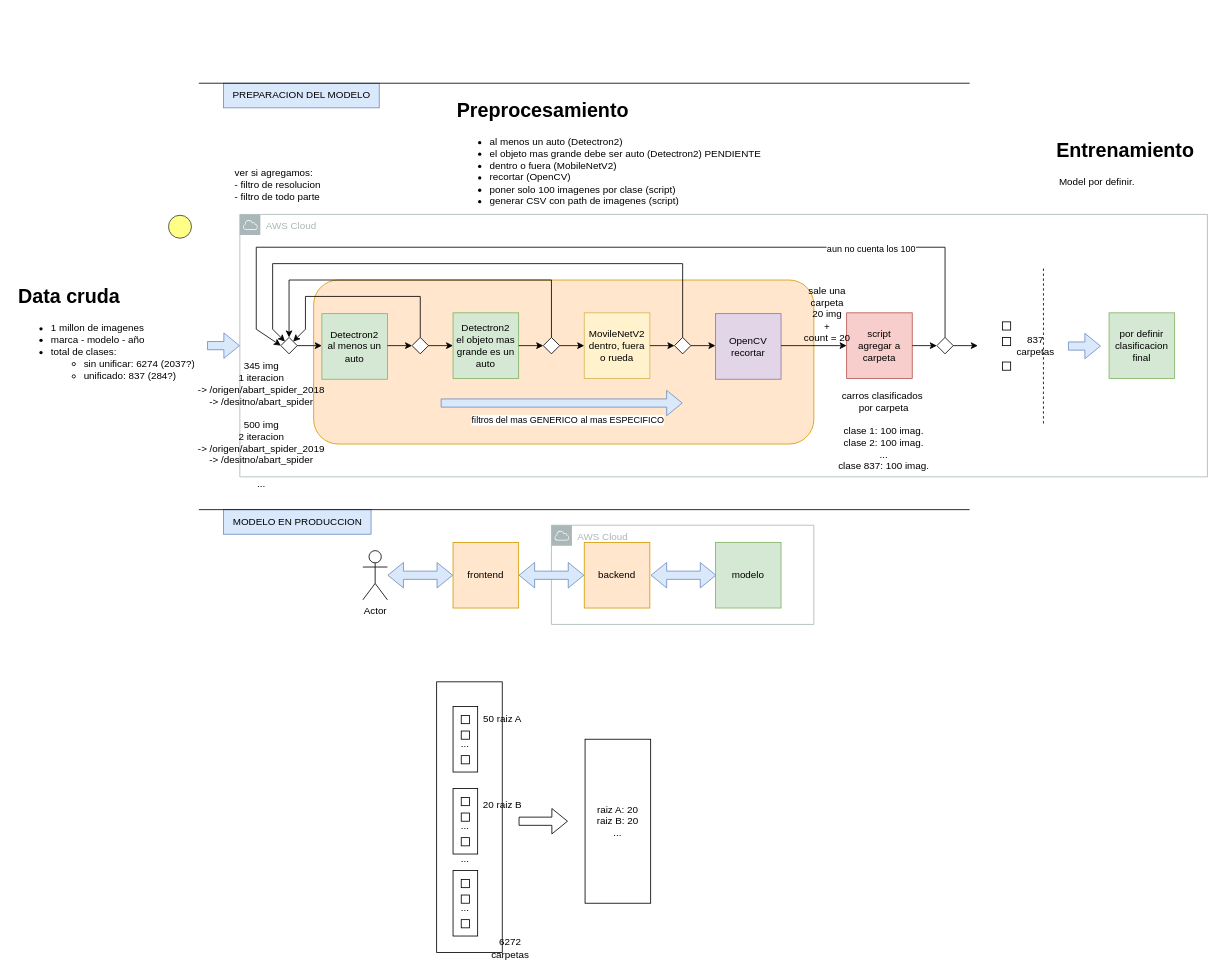
josueelias9/AI-resnet_retraining keeps this draw.io diagram as documentation/Diagrama sin título.drawio. Above is the earlier version. Source tidied: cells renumbered, new cells numbered last; positions are measured from the earlier drawing's top-left corner, leaving out a move shared by most shapes. Both pictures are drawn from the tidied source at 82%, with x=0, y=0 at pixel (14, 83).
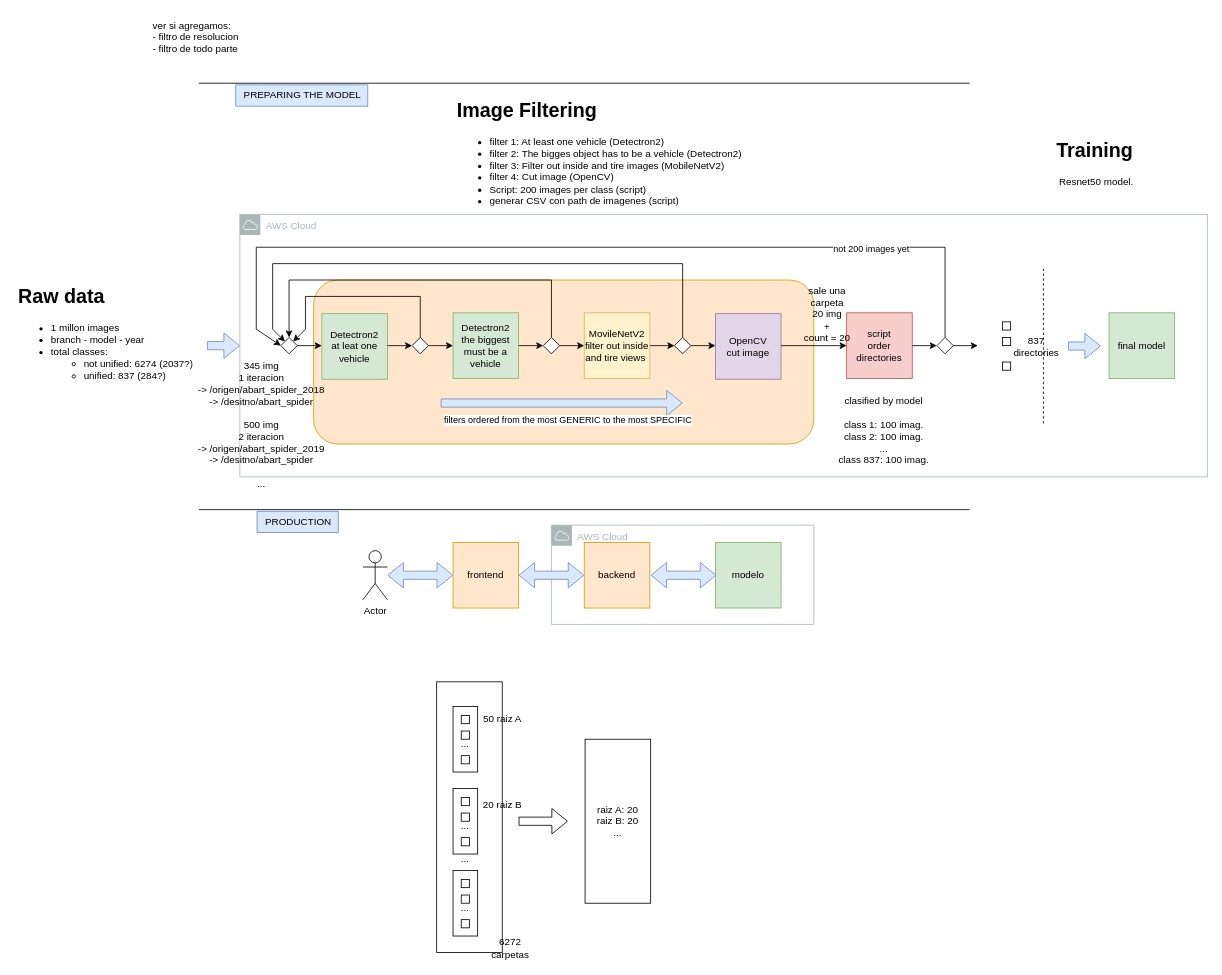
After the change.

The change refers to these unchanged cells:
```xml
<mxCell id="16" style="shape=flexArrow;endArrow=classic;html=1;rounded=0;fillColor=#dae8fc;strokeColor=#6c8ebf;" parent="1" edge="1">
  <mxGeometry relative="1" as="geometry">
    <mxPoint x="520" y="390" as="sourcePoint" />
    <mxPoint x="815" y="390" as="targetPoint" />
  </mxGeometry>
</mxCell>
<mxCell id="47" style="endArrow=classic;html=1;rounded=0;entryX=0;entryY=0.5;entryDx=0;entryDy=0;exitX=0.5;exitY=0;exitDx=0;exitDy=0;" parent="1" edge="1" source="45" target="36">
  <mxGeometry relative="1" as="geometry">
    <Array as="points">
      <mxPoint x="1135" y="200" />
      <mxPoint x="295" y="200" />
      <mxPoint x="295" y="300" />
    </Array>
  </mxGeometry>
</mxCell>
```

What changed in the source:
```diff
@@
-    <mxCell id="7" value="Detectron2&lt;br&gt;al menos un auto" style="whiteSpace=wrap;html=1;fillColor=#d5e8d4;strokeColor=#82b366;" parent="1" vertex="1">
+    <mxCell id="7" value="Detectron2&lt;br&gt;at leat one vehicle" style="whiteSpace=wrap;html=1;fillColor=#d5e8d4;strokeColor=#82b366;" parent="1" vertex="1">
       <mxGeometry x="375" y="281" width="80" height="80" as="geometry" />
     </mxCell>
@@
-    <mxCell id="9" value="MovileNetV2&lt;br&gt;dentro, fuera o rueda" style="whiteSpace=wrap;html=1;fillColor=#fff2cc;strokeColor=#d6b656;" parent="1" vertex="1">
+    <mxCell id="9" value="MovileNetV2&lt;br&gt;filter out inside and tire views&amp;nbsp;" style="whiteSpace=wrap;html=1;fillColor=#fff2cc;strokeColor=#d6b656;" parent="1" vertex="1">
       <mxGeometry x="695" y="280" width="80" height="80" as="geometry" />
     </mxCell>
@@
-    <mxCell id="11" value="carros clasificados&amp;nbsp;&lt;br&gt;por carpeta&lt;br&gt;&lt;br&gt;clase 1: 100 imag.&lt;br&gt;clase 2: 100&amp;nbsp;imag.&lt;br&gt;...&lt;br&gt;clase 837: 100&amp;nbsp;imag." style="text;html=1;align=center;verticalAlign=middle;strokeColor=none;fillColor=none;" parent="1" vertex="1">
-      <mxGeometry x="995" y="367" width="129" height="113" as="geometry" />
+    <mxCell id="11" value="clasified by model&lt;br&gt;&lt;br&gt;class 1: 100 imag.&lt;br&gt;class 2: 100&amp;nbsp;imag.&lt;br&gt;...&lt;br&gt;class 837: 100&amp;nbsp;imag." style="text;html=1;align=center;verticalAlign=middle;strokeColor=none;fillColor=none;" parent="1" vertex="1">
+      <mxGeometry x="996" y="375" width="128" height="98" as="geometry" />
     </mxCell>
-    <mxCell id="12" value="OpenCV&lt;br&gt;recortar" style="whiteSpace=wrap;html=1;fillColor=#e1d5e7;strokeColor=#9673a6;" parent="1" vertex="1">
+    <mxCell id="12" value="OpenCV&lt;br&gt;cut image" style="whiteSpace=wrap;html=1;fillColor=#e1d5e7;strokeColor=#9673a6;" parent="1" vertex="1">
       <mxGeometry x="855" y="281" width="80" height="80" as="geometry" />
     </mxCell>
-    <mxCell id="13" value="por definir&lt;br&gt;clasificacion final" style="whiteSpace=wrap;html=1;fillColor=#d5e8d4;strokeColor=#82b366;" parent="1" vertex="1">
+    <mxCell id="13" value="final model" style="whiteSpace=wrap;html=1;fillColor=#d5e8d4;strokeColor=#82b366;" parent="1" vertex="1">
       <mxGeometry x="1335" y="280" width="80" height="80" as="geometry" />
     </mxCell>
-    <mxCell id="14" value="script&lt;br&gt;agregar a carpeta" style="whiteSpace=wrap;html=1;fillColor=#f8cecc;strokeColor=#b85450;" parent="1" vertex="1">
+    <mxCell id="14" value="script&lt;br&gt;order directories" style="whiteSpace=wrap;html=1;fillColor=#f8cecc;strokeColor=#b85450;" parent="1" vertex="1">
       <mxGeometry x="1015" y="280" width="80" height="80" as="geometry" />
     </mxCell>
@@
-    <mxCell id="17" value="filtros del mas GENERICO al mas ESPECIFICO" style="edgeLabel;html=1;align=center;verticalAlign=middle;" parent="16" vertex="1">
+    <mxCell id="17" value="filters ordered from the most GENERIC to the most SPECIFIC" style="edgeLabel;html=1;align=center;verticalAlign=middle;" parent="16" vertex="1">
       <mxGeometry x="-0.7" y="1" relative="1" as="geometry">
         <mxPoint x="110" y="21" as="offset" />
       </mxGeometry>
     </mxCell>
@@
-    <mxCell id="21" value="837&lt;br&gt;carpetas" style="text;html=1;align=center;verticalAlign=middle;strokeColor=none;fillColor=none;" parent="1" vertex="1">
-      <mxGeometry x="1210" y="300" width="70" height="40" as="geometry" />
+    <mxCell id="21" value="837&lt;br&gt;directories" style="text;html=1;align=center;verticalAlign=middle;strokeColor=none;fillColor=none;" parent="1" vertex="1">
+      <mxGeometry x="1209" y="300" width="73" height="41" as="geometry" />
     </mxCell>
@@
-    <mxCell id="29" value="PREPARACION DEL MODELO" style="text;html=1;align=center;verticalAlign=middle;strokeColor=#6c8ebf;fillColor=#dae8fc;" parent="1" vertex="1">
-      <mxGeometry x="255" width="190" height="30" as="geometry" />
+    <mxCell id="29" value="PREPARING THE MODEL" style="text;html=1;align=center;verticalAlign=middle;strokeColor=#6c8ebf;fillColor=#dae8fc;" parent="1" vertex="1">
+      <mxGeometry x="270" y="2" width="161" height="26" as="geometry" />
     </mxCell>
-    <mxCell id="30" value="MODELO EN PRODUCCION" style="text;html=1;align=center;verticalAlign=middle;strokeColor=#6c8ebf;fillColor=#dae8fc;" parent="1" vertex="1">
-      <mxGeometry x="255" y="520" width="180" height="30" as="geometry" />
+    <mxCell id="30" value="PRODUCTION" style="text;html=1;align=center;verticalAlign=middle;strokeColor=#6c8ebf;fillColor=#dae8fc;" parent="1" vertex="1">
+      <mxGeometry x="296" y="522" width="99" height="26" as="geometry" />
     </mxCell>
@@
-    <mxCell id="44" value="&lt;h1&gt;Data cruda&lt;/h1&gt;&lt;ul&gt;&lt;li&gt;&lt;span style=&quot;&quot;&gt;1 millon de imagenes&lt;/span&gt;&lt;/li&gt;&lt;li&gt;&lt;span style=&quot;&quot;&gt;marca - modelo - año&lt;/span&gt;&lt;/li&gt;&lt;li&gt;&lt;span style=&quot;&quot;&gt;total de clases:&lt;/span&gt;&lt;/li&gt;&lt;ul&gt;&lt;li&gt;&lt;span style=&quot;&quot;&gt;sin unificar: 6274 (2037?)&lt;/span&gt;&lt;/li&gt;&lt;li&gt;&lt;span style=&quot;&quot;&gt;unificado: 837 (284?)&lt;/span&gt;&lt;/li&gt;&lt;/ul&gt;&lt;/ul&gt;&lt;p&gt;&lt;/p&gt;" style="text;html=1;strokeColor=none;fillColor=none;spacing=5;spacingTop=-20;whiteSpace=wrap;overflow=hidden;rounded=0;" parent="1" vertex="1">
+    <mxCell id="44" value="&lt;h1&gt;Raw data&lt;/h1&gt;&lt;ul&gt;&lt;li&gt;&lt;span style=&quot;&quot;&gt;1 millon images&lt;/span&gt;&lt;/li&gt;&lt;li&gt;&lt;span style=&quot;&quot;&gt;branch - model - year&lt;/span&gt;&lt;/li&gt;&lt;li&gt;&lt;span style=&quot;&quot;&gt;total classes:&lt;/span&gt;&lt;/li&gt;&lt;ul&gt;&lt;li&gt;&lt;span style=&quot;&quot;&gt;not unified: 6274 (2037?)&lt;/span&gt;&lt;/li&gt;&lt;li&gt;&lt;span style=&quot;&quot;&gt;unified: 837 (284?)&lt;/span&gt;&lt;/li&gt;&lt;/ul&gt;&lt;/ul&gt;&lt;p&gt;&lt;/p&gt;" style="text;html=1;strokeColor=none;fillColor=none;spacing=5;spacingTop=-20;whiteSpace=wrap;overflow=hidden;rounded=0;" parent="1" vertex="1">
       <mxGeometry y="241" width="229" height="144" as="geometry" />
     </mxCell>
@@
-    <mxCell id="48" value="aun no cuenta los 100" style="edgeLabel;html=1;align=center;verticalAlign=middle;" parent="47" vertex="1">
+    <mxCell id="48" value="not 200 images yet" style="edgeLabel;html=1;align=center;verticalAlign=middle;" parent="47" vertex="1">
       <mxGeometry x="-0.63" y="1" relative="1" as="geometry" />
     </mxCell>
@@
-    <mxCell id="50" value="&lt;h1&gt;Preprocesamiento&lt;/h1&gt;&lt;p&gt;&lt;/p&gt;&lt;ul&gt;&lt;li&gt;&lt;span style=&quot;background-color: initial;&quot;&gt;al menos un auto (Detectron2)&lt;/span&gt;&lt;/li&gt;&lt;li&gt;el objeto mas grande debe ser auto (Detectron2) PENDIENTE&lt;/li&gt;&lt;li&gt;&lt;span style=&quot;background-color: initial;&quot;&gt;dentro o fuera (MobileNetV2)&lt;/span&gt;&lt;/li&gt;&lt;li&gt;&lt;span style=&quot;background-color: initial;&quot;&gt;recortar (OpenCV)&lt;/span&gt;&lt;/li&gt;&lt;li&gt;&lt;span style=&quot;background-color: initial;&quot;&gt;poner solo 100 imagenes por clase (script)&lt;/span&gt;&lt;/li&gt;&lt;li&gt;&lt;span style=&quot;background-color: initial;&quot;&gt;generar CSV con path de imagenes&amp;nbsp;&lt;/span&gt;(script)&lt;/li&gt;&lt;/ul&gt;" style="text;html=1;strokeColor=none;fillColor=none;spacing=5;spacingTop=-20;whiteSpace=wrap;overflow=hidden;rounded=0;" parent="1" vertex="1">
+    <mxCell id="50" value="&lt;h1&gt;Image Filtering&lt;/h1&gt;&lt;p&gt;&lt;/p&gt;&lt;ul&gt;&lt;li&gt;&lt;span style=&quot;background-color: initial;&quot;&gt;filter 1: At least one vehicle (Detectron2)&lt;/span&gt;&lt;/li&gt;&lt;li&gt;filter 2: The bigges object has to be a vehicle (Detectron2)&amp;nbsp;&lt;/li&gt;&lt;li&gt;&lt;span style=&quot;background-color: initial;&quot;&gt;filter 3: Filter out inside and tire images (MobileNetV2)&lt;/span&gt;&lt;/li&gt;&lt;li&gt;&lt;span style=&quot;background-color: initial;&quot;&gt;filter 4: Cut image (OpenCV)&lt;/span&gt;&lt;/li&gt;&lt;li&gt;&lt;span style=&quot;background-color: initial;&quot;&gt;Script: 200 images per class (script)&lt;/span&gt;&lt;/li&gt;&lt;li&gt;&lt;span style=&quot;background-color: initial;&quot;&gt;generar CSV con path de imagenes&amp;nbsp;&lt;/span&gt;(script)&lt;/li&gt;&lt;/ul&gt;" style="text;html=1;strokeColor=none;fillColor=none;spacing=5;spacingTop=-20;whiteSpace=wrap;overflow=hidden;rounded=0;" parent="1" vertex="1">
       <mxGeometry x="535" y="14" width="387" height="136" as="geometry" />
     </mxCell>
-    <mxCell id="51" value="Detectron2&lt;br&gt;el objeto mas grande es un auto" style="whiteSpace=wrap;html=1;fillColor=#d5e8d4;strokeColor=#82b366;" parent="1" vertex="1">
+    <mxCell id="51" value="Detectron2&lt;br&gt;the biggest must be a vehicle" style="whiteSpace=wrap;html=1;fillColor=#d5e8d4;strokeColor=#82b366;" parent="1" vertex="1">
       <mxGeometry x="535" y="280" width="80" height="80" as="geometry" />
     </mxCell>
@@
-    <mxCell id="56" value="&lt;h1&gt;Entrenamiento&lt;/h1&gt;&lt;p&gt;&amp;nbsp;Model por definir.&lt;/p&gt;" style="text;html=1;strokeColor=none;fillColor=none;spacing=5;spacingTop=-20;whiteSpace=wrap;overflow=hidden;rounded=0;" parent="1" vertex="1">
+    <mxCell id="56" value="&lt;h1&gt;Training&lt;/h1&gt;&lt;p&gt;&amp;nbsp;Resnet50 model.&lt;/p&gt;" style="text;html=1;strokeColor=none;fillColor=none;spacing=5;spacingTop=-20;whiteSpace=wrap;overflow=hidden;rounded=0;" parent="1" vertex="1">
       <mxGeometry x="1266" y="62" width="190" height="120" as="geometry" />
     </mxCell>
     <mxCell id="57" value="ver si agregamos:&lt;br&gt;- filtro de resolucion&lt;br&gt;- filtro de todo parte" style="text;html=1;align=left;verticalAlign=middle;strokeColor=none;fillColor=none;" parent="1" vertex="1">
-      <mxGeometry x="267" y="96" width="123" height="55" as="geometry" />
+      <mxGeometry x="167" y="-84" width="123" height="55" as="geometry" />
     </mxCell>
@@
-    <mxCell id="78" style="ellipse;whiteSpace=wrap;html=1;fillColor=#ffff88;strokeColor=#36393d;" parent="1" vertex="1">
-      <mxGeometry x="188" y="161" width="28" height="28" as="geometry" />
-    </mxCell>
```
